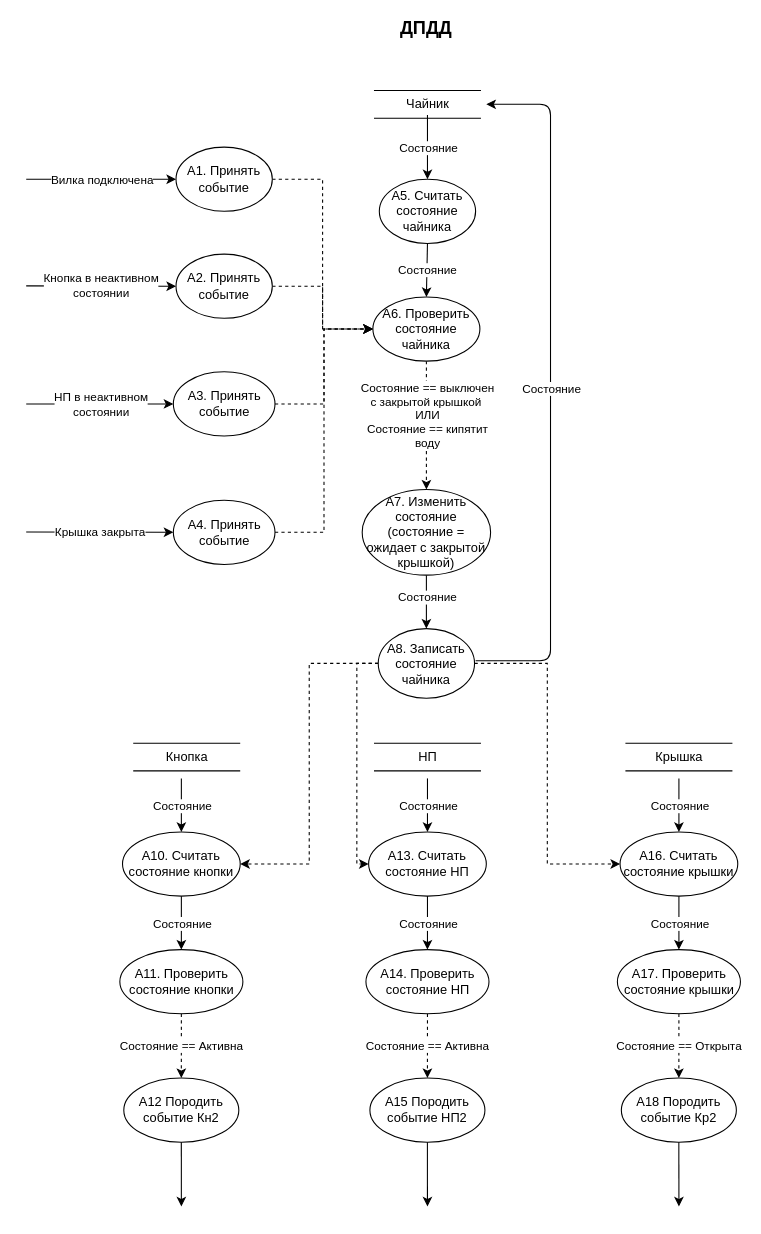
The draw.io diagram page "ДПДД" (5 of 5) of lab_05/lab_05.drawio in ilyasssklimov/BMSTU_OOP, before the edit. Source tidied: cells renumbered, new cells numbered last; positions are measured from the earlier drawing's top-left corner, leaving out a move shared by most shapes. Both pictures are drawn from the tidied source at 107%, with x=0, y=0 at pixel (26, 18).
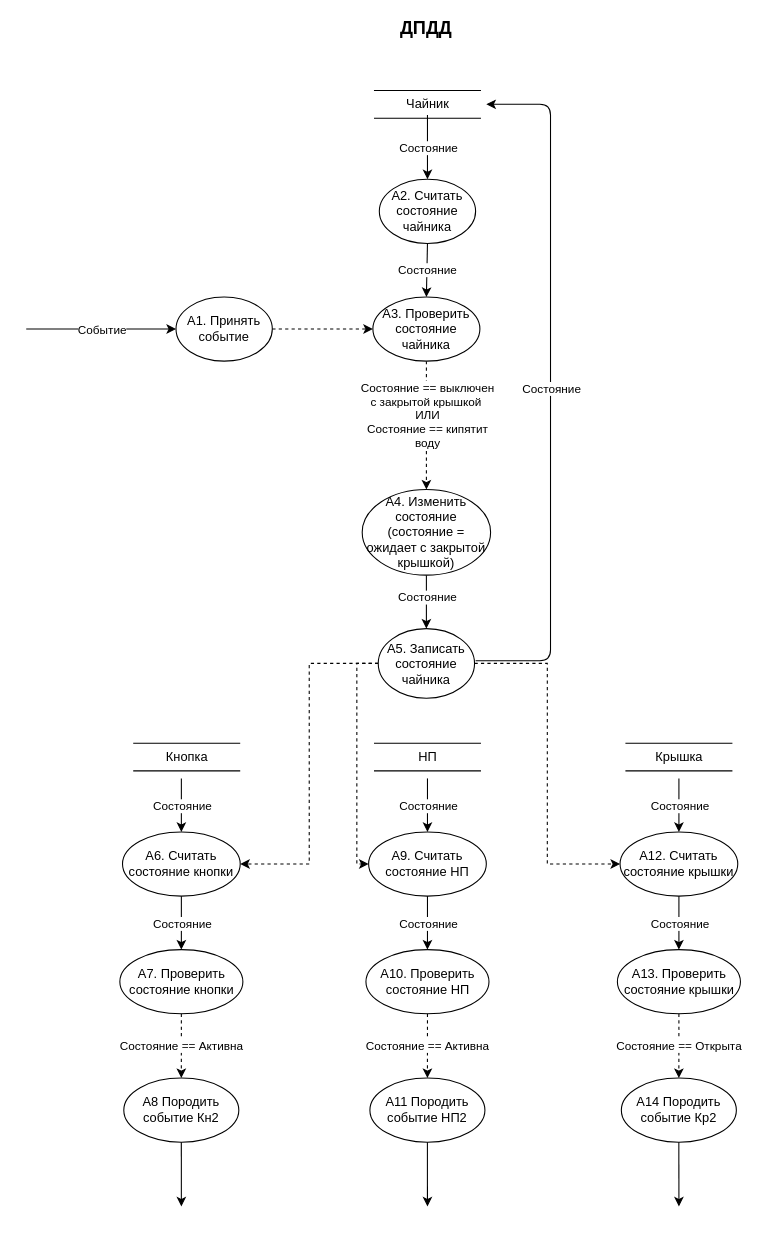
The same diagram, later.

Diff of the diagram source:
```diff
@@
-    <mxCell id="3" style="edgeStyle=orthogonalEdgeStyle;rounded=0;jettySize=auto;html=1;exitX=1;exitY=0.5;exitDx=0;exitDy=0;entryX=0;entryY=0.5;entryDx=0;entryDy=0;dashed=1;" parent="1" edge="1" source="4" target="18">
-      <mxGeometry relative="1" as="geometry" />
-    </mxCell>
     <mxCell id="4" value="А1. Принять событие" style="ellipse;whiteSpace=wrap;html=1;" parent="1" vertex="1">
-      <mxGeometry x="140" y="120" width="90" height="60" as="geometry" />
+      <mxGeometry x="140" y="260" width="90" height="60" as="geometry" />
     </mxCell>
-    <mxCell id="5" value="А5. Считать состояние чайника" style="ellipse;whiteSpace=wrap;html=1;" parent="1" vertex="1">
+    <mxCell id="5" value="А2. Считать состояние чайника" style="ellipse;whiteSpace=wrap;html=1;" parent="1" vertex="1">
       <mxGeometry x="330" y="150" width="90" height="60" as="geometry" />
     </mxCell>
@@
-    <mxCell id="13" value="А8. Записать состояние чайника" style="ellipse;whiteSpace=wrap;html=1;" parent="1" vertex="1">
+    <mxCell id="13" value="А5. Записать состояние чайника" style="ellipse;whiteSpace=wrap;html=1;" parent="1" vertex="1">
       <mxGeometry x="329" y="570" width="90" height="65" as="geometry" />
     </mxCell>
@@
-    <mxCell id="18" value="А6. Проверить состояние чайника" style="ellipse;whiteSpace=wrap;html=1;" parent="1" vertex="1">
+    <mxCell id="18" value="А3. Проверить состояние чайника" style="ellipse;whiteSpace=wrap;html=1;" parent="1" vertex="1">
       <mxGeometry x="324" y="260" width="100" height="60" as="geometry" />
     </mxCell>
@@
-    <mxCell id="21" style="edgeStyle=orthogonalEdgeStyle;rounded=0;jettySize=auto;html=1;exitX=1;exitY=0.5;exitDx=0;exitDy=0;entryX=0;entryY=0.5;entryDx=0;entryDy=0;dashed=1;" parent="1" edge="1" source="22" target="18">
-      <mxGeometry relative="1" as="geometry" />
-    </mxCell>
-    <mxCell id="22" value="А2. Принять событие" style="ellipse;whiteSpace=wrap;html=1;" parent="1" vertex="1">
-      <mxGeometry x="140" y="220" width="90" height="60" as="geometry" />
-    </mxCell>
-    <mxCell id="23" style="edgeStyle=orthogonalEdgeStyle;rounded=0;jettySize=auto;html=1;exitX=1;exitY=0.5;exitDx=0;exitDy=0;entryX=0;entryY=0.5;entryDx=0;entryDy=0;dashed=1;" parent="1" edge="1" source="24" target="18">
-      <mxGeometry relative="1" as="geometry" />
-    </mxCell>
-    <mxCell id="24" value="А3. Принять событие" style="ellipse;whiteSpace=wrap;html=1;" parent="1" vertex="1">
-      <mxGeometry x="137.5" y="330" width="95" height="60" as="geometry" />
-    </mxCell>
-    <mxCell id="25" style="endArrow=classic;html=1;" parent="1" edge="1">
-      <mxGeometry relative="1" as="geometry">
-        <mxPoint y="150" as="sourcePoint" />
-        <mxPoint x="140" y="150" as="targetPoint" />
-      </mxGeometry>
-    </mxCell>
-    <mxCell id="26" value="Вилка подключена" style="edgeLabel;html=1;align=center;verticalAlign=middle;" parent="25" vertex="1">
-      <mxGeometry relative="1" as="geometry" />
-    </mxCell>
-    <mxCell id="27" style="endArrow=classic;html=1;entryX=0;entryY=0.5;entryDx=0;entryDy=0;" parent="1" edge="1" target="22">
-      <mxGeometry relative="1" as="geometry">
-        <mxPoint y="249.7" as="sourcePoint" />
-      </mxGeometry>
-    </mxCell>
-    <mxCell id="28" value="Кнопка в неактивном&lt;br&gt;состоянии" style="edgeLabel;html=1;align=center;verticalAlign=middle;" parent="27" vertex="1">
-      <mxGeometry relative="1" as="geometry" />
-    </mxCell>
-    <mxCell id="29" style="endArrow=classic;html=1;entryX=0;entryY=0.5;entryDx=0;entryDy=0;" parent="1" edge="1" target="24">
-      <mxGeometry relative="1" as="geometry">
-        <mxPoint y="360" as="sourcePoint" />
-      </mxGeometry>
-    </mxCell>
-    <mxCell id="30" value="НП в неактивном &lt;br&gt;состоянии" style="edgeLabel;html=1;align=center;verticalAlign=middle;" parent="29" vertex="1">
-      <mxGeometry relative="1" as="geometry" />
-    </mxCell>
@@
-    <mxCell id="33" value="А7. Изменить состояние (состояние = ожидает с закрытой крышкой)" style="ellipse;whiteSpace=wrap;html=1;" parent="1" vertex="1">
+    <mxCell id="33" value="А4. Изменить состояние (состояние = ожидает с закрытой крышкой)" style="ellipse;whiteSpace=wrap;html=1;" parent="1" vertex="1">
       <mxGeometry x="314" y="440" width="120" height="80" as="geometry" />
     </mxCell>
-    <mxCell id="34" style="edgeStyle=orthogonalEdgeStyle;rounded=0;jettySize=auto;html=1;exitX=1;exitY=0.5;exitDx=0;exitDy=0;entryX=0;entryY=0.5;entryDx=0;entryDy=0;dashed=1;" parent="1" edge="1" source="35" target="18">
-      <mxGeometry relative="1" as="geometry" />
-    </mxCell>
-    <mxCell id="35" value="А4. Принять событие" style="ellipse;whiteSpace=wrap;html=1;" parent="1" vertex="1">
-      <mxGeometry x="137.5" y="450" width="95" height="60" as="geometry" />
-    </mxCell>
-    <mxCell id="36" style="endArrow=classic;html=1;entryX=0;entryY=0.5;entryDx=0;entryDy=0;" parent="1" edge="1" target="35">
-      <mxGeometry relative="1" as="geometry">
-        <mxPoint y="479.7" as="sourcePoint" />
-      </mxGeometry>
-    </mxCell>
-    <mxCell id="37" value="Крышка закрыта" style="edgeLabel;html=1;align=center;verticalAlign=middle;" parent="36" vertex="1">
-      <mxGeometry relative="1" as="geometry" />
-    </mxCell>
-    <mxCell id="38" value="А10. Считать состояние кнопки" style="ellipse;whiteSpace=wrap;html=1;" parent="1" vertex="1">
+    <mxCell id="38" value="А6. Считать состояние кнопки" style="ellipse;whiteSpace=wrap;html=1;" parent="1" vertex="1">
       <mxGeometry x="90" y="760" width="110" height="60" as="geometry" />
     </mxCell>
@@
-    <mxCell id="45" value="А11. Проверить состояние кнопки" style="ellipse;whiteSpace=wrap;html=1;" parent="1" vertex="1">
+    <mxCell id="45" value="А7. Проверить состояние кнопки" style="ellipse;whiteSpace=wrap;html=1;" parent="1" vertex="1">
       <mxGeometry x="87.5" y="870" width="115" height="60" as="geometry" />
     </mxCell>
-    <mxCell id="46" value="А12 Породить событие Кн2" style="ellipse;whiteSpace=wrap;html=1;" parent="1" vertex="1">
+    <mxCell id="46" value="А8 Породить событие Кн2" style="ellipse;whiteSpace=wrap;html=1;" parent="1" vertex="1">
       <mxGeometry x="91.2" y="990" width="107.5" height="60" as="geometry" />
     </mxCell>
@@
-    <mxCell id="54" value="А13. Считать состояние НП" style="ellipse;whiteSpace=wrap;html=1;" parent="1" vertex="1">
+    <mxCell id="54" value="А9. Считать состояние НП" style="ellipse;whiteSpace=wrap;html=1;" parent="1" vertex="1">
       <mxGeometry x="320" y="760" width="110" height="60" as="geometry" />
     </mxCell>
-    <mxCell id="55" value="А14. Проверить состояние НП" style="ellipse;whiteSpace=wrap;html=1;" parent="1" vertex="1">
+    <mxCell id="55" value="А10. Проверить состояние НП" style="ellipse;whiteSpace=wrap;html=1;" parent="1" vertex="1">
       <mxGeometry x="317.5" y="870" width="115" height="60" as="geometry" />
     </mxCell>
-    <mxCell id="56" value="А15 Породить событие НП2" style="ellipse;whiteSpace=wrap;html=1;" parent="1" vertex="1">
+    <mxCell id="56" value="А11 Породить событие НП2" style="ellipse;whiteSpace=wrap;html=1;" parent="1" vertex="1">
       <mxGeometry x="321.2" y="990" width="107.5" height="60" as="geometry" />
     </mxCell>
@@
-    <mxCell id="64" value="А16. Считать состояние крышки" style="ellipse;whiteSpace=wrap;html=1;" parent="1" vertex="1">
+    <mxCell id="64" value="А12. Считать состояние крышки" style="ellipse;whiteSpace=wrap;html=1;" parent="1" vertex="1">
       <mxGeometry x="555" y="760" width="110" height="60" as="geometry" />
     </mxCell>
-    <mxCell id="65" value="А17. Проверить состояние крышки" style="ellipse;whiteSpace=wrap;html=1;" parent="1" vertex="1">
+    <mxCell id="65" value="А13. Проверить состояние крышки" style="ellipse;whiteSpace=wrap;html=1;" parent="1" vertex="1">
       <mxGeometry x="552.5" y="870" width="115" height="60" as="geometry" />
     </mxCell>
-    <mxCell id="66" value="А18 Породить событие Кр2" style="ellipse;whiteSpace=wrap;html=1;" parent="1" vertex="1">
+    <mxCell id="66" value="А14 Породить событие Кр2" style="ellipse;whiteSpace=wrap;html=1;" parent="1" vertex="1">
       <mxGeometry x="556.2" y="990" width="107.5" height="60" as="geometry" />
     </mxCell>
@@
+    <mxCell id="3" style="endArrow=classic;html=1;exitX=1;exitY=0.5;exitDx=0;exitDy=0;entryX=0;entryY=0.5;entryDx=0;entryDy=0;dashed=1;" parent="1" edge="1" source="4" target="18">
+      <mxGeometry relative="1" as="geometry" />
+    </mxCell>
+    <mxCell id="74" style="endArrow=classic;html=1;entryX=0;entryY=0.5;entryDx=0;entryDy=0;" parent="1" edge="1" target="4">
+      <mxGeometry relative="1" as="geometry">
+        <mxPoint y="290" as="sourcePoint" />
+      </mxGeometry>
+    </mxCell>
+    <mxCell id="75" value="Событие" style="edgeLabel;html=1;align=center;verticalAlign=middle;" parent="74" vertex="1">
+      <mxGeometry relative="1" as="geometry" />
+    </mxCell>
```
